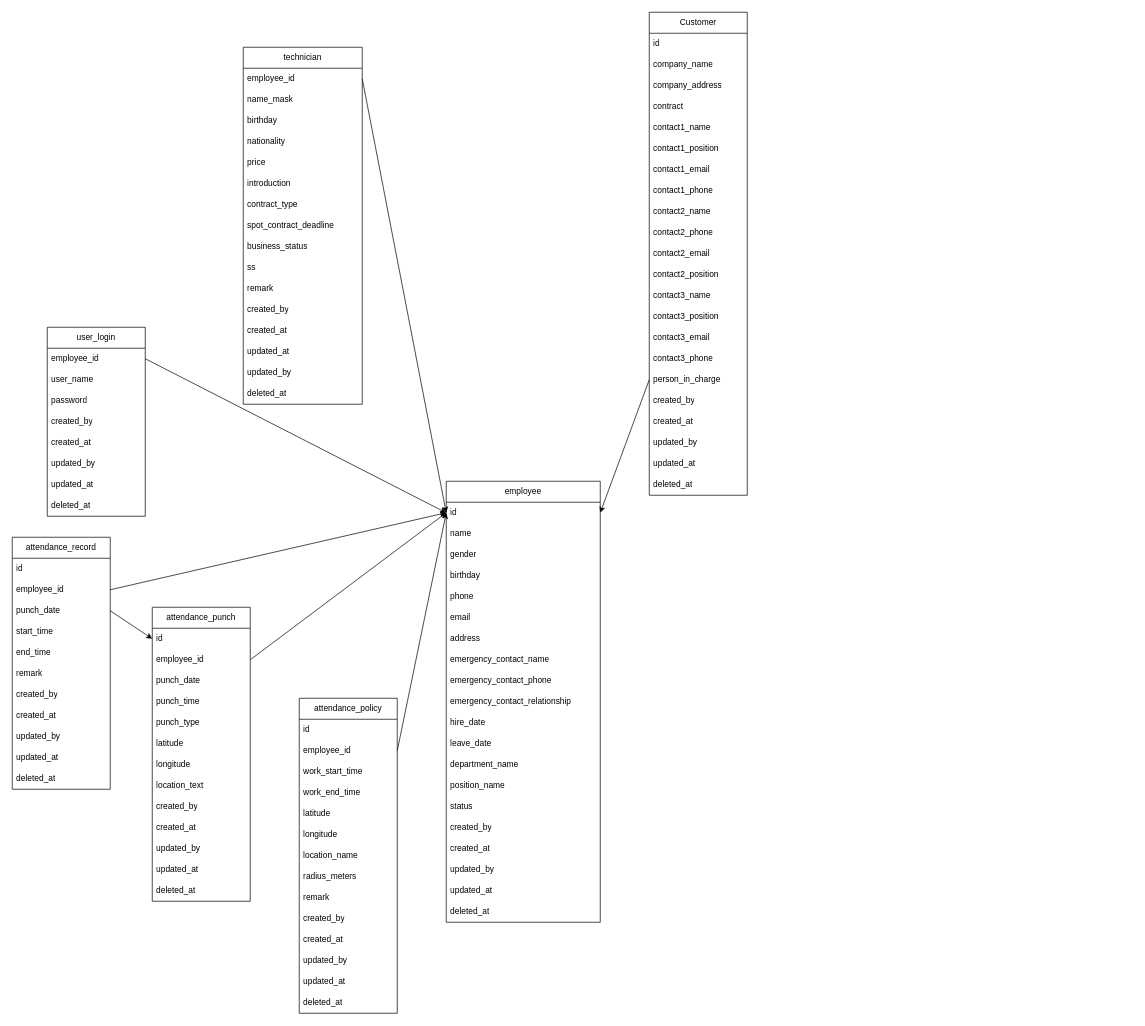
This is ER.drawio from s1991721/MatchSys, a draw.io file, before an edit. Source tidied: cells renumbered, new cells numbered last; positions are measured from the earlier drawing's top-left corner, leaving out a move shared by most shapes. Both pictures are drawn from the tidied source at 70%, with x=0, y=0 at pixel (12, 12).
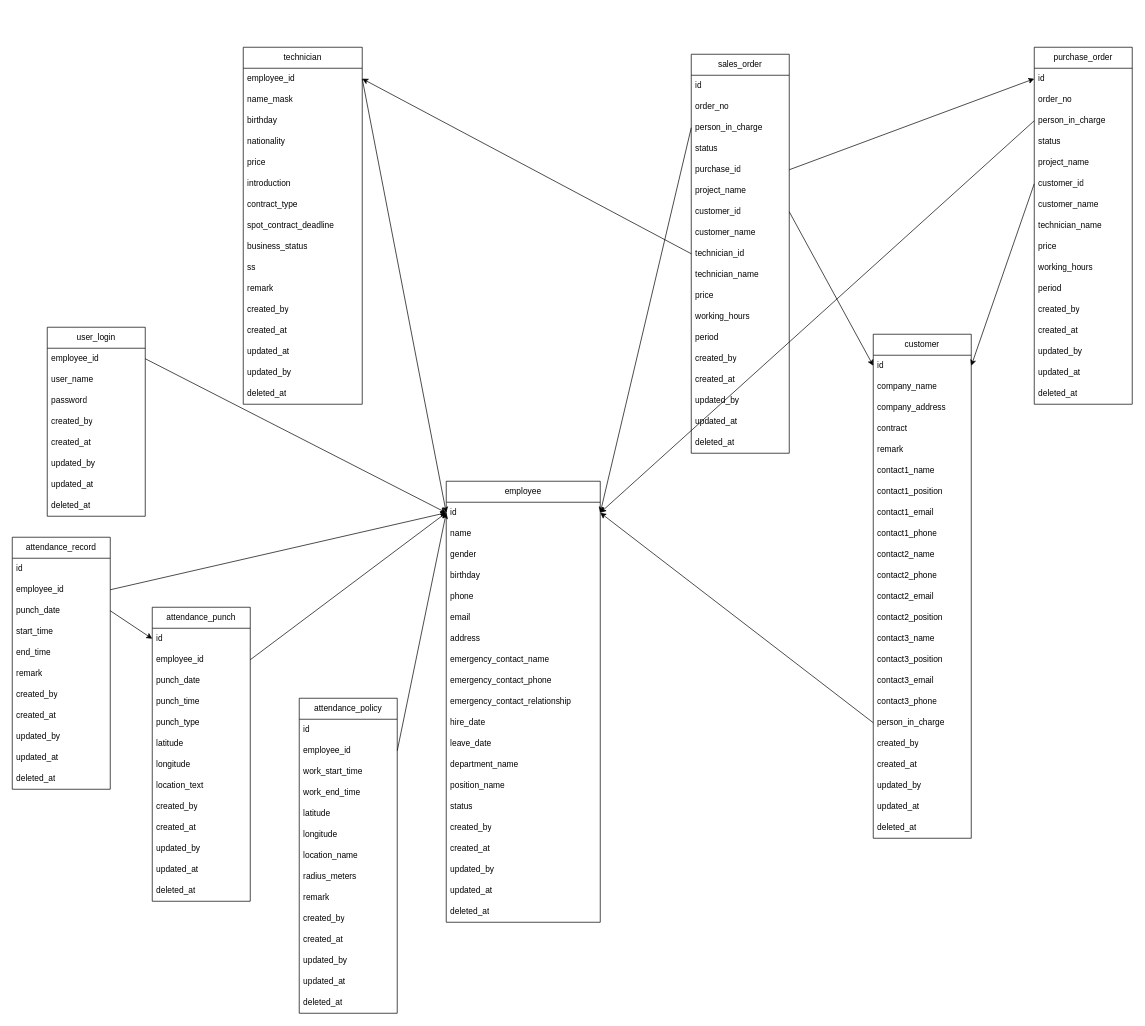
After the change.

Commit message (it also covers changes not shown here):
order 功能init

The change refers to these unchanged cells:
```xml
<mxCell id="12" value="id" style="text;strokeColor=none;fillColor=none;align=left;verticalAlign=middle;spacingLeft=4;spacingRight=4;overflow=hidden;points=[[0,0.5],[1,0.5]];portConstraint=eastwest;whiteSpace=wrap;html=1;" parent="11" vertex="1">
  <mxGeometry y="30" width="220" height="30" as="geometry" />
</mxCell>
<mxCell id="33" value="&lt;span style=&quot;text-align: center;&quot;&gt;employee_&lt;/span&gt;id" style="text;strokeColor=none;fillColor=none;align=left;verticalAlign=middle;spacingLeft=4;spacingRight=4;overflow=hidden;points=[[0,0.5],[1,0.5]];portConstraint=eastwest;whiteSpace=wrap;html=1;" parent="32" vertex="1">
  <mxGeometry y="30" width="170" height="30" as="geometry" />
</mxCell>
<mxCell id="97" value="id" style="text;strokeColor=none;fillColor=none;align=left;verticalAlign=middle;spacingLeft=4;spacingRight=4;overflow=hidden;points=[[0,0.5],[1,0.5]];portConstraint=eastwest;whiteSpace=wrap;html=1;" parent="96" vertex="1">
  <mxGeometry y="30" width="140" height="30" as="geometry" />
</mxCell>
```

Diff of the diagram source:
```diff
@@
-    <mxCell id="96" value="Customer" style="swimlane;fontStyle=0;horizontal=1;startSize=30;whiteSpace=wrap;html=1;" parent="1" vertex="1">
-      <mxGeometry x="910" width="140" height="690" as="geometry" />
+    <mxCell id="96" value="customer" style="swimlane;fontStyle=0;horizontal=1;startSize=30;whiteSpace=wrap;html=1;" parent="1" vertex="1">
+      <mxGeometry x="1230" y="460" width="140" height="720" as="geometry" />
     </mxCell>
@@
+    <mxCell id="120" value="remark" style="text;strokeColor=none;fillColor=none;align=left;verticalAlign=middle;spacingLeft=4;spacingRight=4;overflow=hidden;whiteSpace=wrap;html=1;" parent="96" vertex="1">
+      <mxGeometry y="150" width="140" height="30" as="geometry" />
+    </mxCell>
     <mxCell id="101" value="contact1_name" style="text;strokeColor=none;fillColor=none;align=left;verticalAlign=middle;spacingLeft=4;spacingRight=4;overflow=hidden;whiteSpace=wrap;html=1;" parent="96" vertex="1">
-      <mxGeometry y="150" width="140" height="30" as="geometry" />
+      <mxGeometry y="180" width="140" height="30" as="geometry" />
     </mxCell>
     <mxCell id="102" value="contact1_position" style="text;strokeColor=none;fillColor=none;align=left;verticalAlign=middle;spacingLeft=4;spacingRight=4;overflow=hidden;whiteSpace=wrap;html=1;" parent="96" vertex="1">
-      <mxGeometry y="180" width="140" height="30" as="geometry" />
+      <mxGeometry y="210" width="140" height="30" as="geometry" />
     </mxCell>
     <mxCell id="103" value="contact1_email" style="text;strokeColor=none;fillColor=none;align=left;verticalAlign=middle;spacingLeft=4;spacingRight=4;overflow=hidden;whiteSpace=wrap;html=1;" parent="96" vertex="1">
-      <mxGeometry y="210" width="140" height="30" as="geometry" />
+      <mxGeometry y="240" width="140" height="30" as="geometry" />
     </mxCell>
     <mxCell id="104" value="contact1_phone" style="text;strokeColor=none;fillColor=none;align=left;verticalAlign=middle;spacingLeft=4;spacingRight=4;overflow=hidden;whiteSpace=wrap;html=1;" parent="96" vertex="1">
-      <mxGeometry y="240" width="140" height="30" as="geometry" />
+      <mxGeometry y="270" width="140" height="30" as="geometry" />
     </mxCell>
     <mxCell id="105" value="contact2_name" style="text;strokeColor=none;fillColor=none;align=left;verticalAlign=middle;spacingLeft=4;spacingRight=4;overflow=hidden;whiteSpace=wrap;html=1;" parent="96" vertex="1">
-      <mxGeometry y="270" width="140" height="30" as="geometry" />
+      <mxGeometry y="300" width="140" height="30" as="geometry" />
     </mxCell>
     <mxCell id="106" value="contact2_phone" style="text;strokeColor=none;fillColor=none;align=left;verticalAlign=middle;spacingLeft=4;spacingRight=4;overflow=hidden;whiteSpace=wrap;html=1;" parent="96" vertex="1">
-      <mxGeometry y="300" width="140" height="30" as="geometry" />
+      <mxGeometry y="330" width="140" height="30" as="geometry" />
     </mxCell>
     <mxCell id="107" value="contact2_email" style="text;strokeColor=none;fillColor=none;align=left;verticalAlign=middle;spacingLeft=4;spacingRight=4;overflow=hidden;whiteSpace=wrap;html=1;" parent="96" vertex="1">
-      <mxGeometry y="330" width="140" height="30" as="geometry" />
+      <mxGeometry y="360" width="140" height="30" as="geometry" />
     </mxCell>
     <mxCell id="108" value="contact2_position" style="text;strokeColor=none;fillColor=none;align=left;verticalAlign=middle;spacingLeft=4;spacingRight=4;overflow=hidden;whiteSpace=wrap;html=1;" parent="96" vertex="1">
-      <mxGeometry y="360" width="140" height="30" as="geometry" />
+      <mxGeometry y="390" width="140" height="30" as="geometry" />
     </mxCell>
     <mxCell id="109" value="contact3_name" style="text;strokeColor=none;fillColor=none;align=left;verticalAlign=middle;spacingLeft=4;spacingRight=4;overflow=hidden;whiteSpace=wrap;html=1;" parent="96" vertex="1">
-      <mxGeometry y="390" width="140" height="30" as="geometry" />
+      <mxGeometry y="420" width="140" height="30" as="geometry" />
     </mxCell>
     <mxCell id="110" value="contact3_position" style="text;strokeColor=none;fillColor=none;align=left;verticalAlign=middle;spacingLeft=4;spacingRight=4;overflow=hidden;whiteSpace=wrap;html=1;" parent="96" vertex="1">
-      <mxGeometry y="420" width="140" height="30" as="geometry" />
+      <mxGeometry y="450" width="140" height="30" as="geometry" />
     </mxCell>
     <mxCell id="111" value="contact3_email" style="text;strokeColor=none;fillColor=none;align=left;verticalAlign=middle;spacingLeft=4;spacingRight=4;overflow=hidden;whiteSpace=wrap;html=1;" parent="96" vertex="1">
-      <mxGeometry y="450" width="140" height="30" as="geometry" />
+      <mxGeometry y="480" width="140" height="30" as="geometry" />
     </mxCell>
     <mxCell id="112" value="contact3_phone" style="text;strokeColor=none;fillColor=none;align=left;verticalAlign=middle;spacingLeft=4;spacingRight=4;overflow=hidden;whiteSpace=wrap;html=1;" parent="96" vertex="1">
-      <mxGeometry y="480" width="140" height="30" as="geometry" />
+      <mxGeometry y="510" width="140" height="30" as="geometry" />
     </mxCell>
     <mxCell id="113" value="person_in_charge&amp;nbsp;" style="text;strokeColor=none;fillColor=none;align=left;verticalAlign=middle;spacingLeft=4;spacingRight=4;overflow=hidden;points=[[0,0.5],[1,0.5]];portConstraint=eastwest;whiteSpace=wrap;html=1;" parent="96" vertex="1">
-      <mxGeometry y="510" width="140" height="30" as="geometry" />
+      <mxGeometry y="540" width="140" height="30" as="geometry" />
     </mxCell>
     <mxCell id="114" value="created_by" style="text;strokeColor=none;fillColor=none;align=left;verticalAlign=middle;spacingLeft=4;spacingRight=4;overflow=hidden;whiteSpace=wrap;html=1;" parent="96" vertex="1">
-      <mxGeometry y="540" width="140" height="30" as="geometry" />
+      <mxGeometry y="570" width="140" height="30" as="geometry" />
     </mxCell>
     <mxCell id="115" value="created_at" style="text;strokeColor=none;fillColor=none;align=left;verticalAlign=middle;spacingLeft=4;spacingRight=4;overflow=hidden;whiteSpace=wrap;html=1;" parent="96" vertex="1">
-      <mxGeometry y="570" width="140" height="30" as="geometry" />
+      <mxGeometry y="600" width="140" height="30" as="geometry" />
     </mxCell>
     <mxCell id="116" value="updated_by" style="text;strokeColor=none;fillColor=none;align=left;verticalAlign=middle;spacingLeft=4;spacingRight=4;overflow=hidden;whiteSpace=wrap;html=1;" parent="96" vertex="1">
-      <mxGeometry y="600" width="140" height="30" as="geometry" />
+      <mxGeometry y="630" width="140" height="30" as="geometry" />
     </mxCell>
     <mxCell id="117" value="updated_at" style="text;strokeColor=none;fillColor=none;align=left;verticalAlign=middle;spacingLeft=4;spacingRight=4;overflow=hidden;whiteSpace=wrap;html=1;" parent="96" vertex="1">
-      <mxGeometry y="630" width="140" height="30" as="geometry" />
+      <mxGeometry y="660" width="140" height="30" as="geometry" />
     </mxCell>
     <mxCell id="118" value="deleted_at" style="text;strokeColor=none;fillColor=none;align=left;verticalAlign=middle;spacingLeft=4;spacingRight=4;overflow=hidden;whiteSpace=wrap;html=1;" parent="96" vertex="1">
-      <mxGeometry y="660" width="140" height="30" as="geometry" />
+      <mxGeometry y="690" width="140" height="30" as="geometry" />
     </mxCell>
@@
+    <mxCell id="121" value="purchase_order" style="swimlane;fontStyle=0;horizontal=1;startSize=30;whiteSpace=wrap;html=1;" parent="1" vertex="1">
+      <mxGeometry x="1460" y="50" width="140" height="510" as="geometry" />
+    </mxCell>
+    <mxCell id="122" value="id" style="text;strokeColor=none;fillColor=none;align=left;verticalAlign=middle;spacingLeft=4;spacingRight=4;overflow=hidden;points=[[0,0.5],[1,0.5]];portConstraint=eastwest;whiteSpace=wrap;html=1;" parent="121" vertex="1">
+      <mxGeometry y="30" width="140" height="30" as="geometry" />
+    </mxCell>
+    <mxCell id="123" value="order_no" style="text;strokeColor=none;fillColor=none;align=left;verticalAlign=middle;spacingLeft=4;spacingRight=4;overflow=hidden;whiteSpace=wrap;html=1;" parent="121" vertex="1">
+      <mxGeometry y="60" width="140" height="30" as="geometry" />
+    </mxCell>
+    <mxCell id="124" value="person_in_charge&amp;nbsp;" style="text;strokeColor=none;fillColor=none;align=left;verticalAlign=middle;spacingLeft=4;spacingRight=4;overflow=hidden;points=[[0,0.5],[1,0.5]];portConstraint=eastwest;whiteSpace=wrap;html=1;" parent="121" vertex="1">
+      <mxGeometry y="90" width="140" height="30" as="geometry" />
+    </mxCell>
+    <mxCell id="125" value="status" style="text;strokeColor=none;fillColor=none;align=left;verticalAlign=middle;spacingLeft=4;spacingRight=4;overflow=hidden;whiteSpace=wrap;html=1;" parent="121" vertex="1">
+      <mxGeometry y="120" width="140" height="30" as="geometry" />
+    </mxCell>
+    <mxCell id="126" value="project_name" style="text;strokeColor=none;fillColor=none;align=left;verticalAlign=middle;spacingLeft=4;spacingRight=4;overflow=hidden;whiteSpace=wrap;html=1;" parent="121" vertex="1">
+      <mxGeometry y="150" width="140" height="30" as="geometry" />
+    </mxCell>
+    <mxCell id="127" value="customer_id" style="text;strokeColor=none;fillColor=none;align=left;verticalAlign=middle;spacingLeft=4;spacingRight=4;overflow=hidden;points=[[0,0.5],[1,0.5]];portConstraint=eastwest;whiteSpace=wrap;html=1;" parent="121" vertex="1">
+      <mxGeometry y="180" width="140" height="30" as="geometry" />
+    </mxCell>
+    <mxCell id="128" value="customer_name" style="text;strokeColor=none;fillColor=none;align=left;verticalAlign=middle;spacingLeft=4;spacingRight=4;overflow=hidden;whiteSpace=wrap;html=1;" parent="121" vertex="1">
+      <mxGeometry y="210" width="140" height="30" as="geometry" />
+    </mxCell>
+    <mxCell id="129" value="&lt;span style=&quot;text-align: center;&quot;&gt;technician_name&lt;/span&gt;" style="text;strokeColor=none;fillColor=none;align=left;verticalAlign=middle;spacingLeft=4;spacingRight=4;overflow=hidden;whiteSpace=wrap;html=1;" parent="121" vertex="1">
+      <mxGeometry y="240" width="140" height="30" as="geometry" />
+    </mxCell>
+    <mxCell id="130" value="price" style="text;strokeColor=none;fillColor=none;align=left;verticalAlign=middle;spacingLeft=4;spacingRight=4;overflow=hidden;whiteSpace=wrap;html=1;" parent="121" vertex="1">
+      <mxGeometry y="270" width="140" height="30" as="geometry" />
+    </mxCell>
+    <mxCell id="131" value="working_hours" style="text;strokeColor=none;fillColor=none;align=left;verticalAlign=middle;spacingLeft=4;spacingRight=4;overflow=hidden;whiteSpace=wrap;html=1;" parent="121" vertex="1">
+      <mxGeometry y="300" width="140" height="30" as="geometry" />
+    </mxCell>
+    <mxCell id="132" value="period" style="text;strokeColor=none;fillColor=none;align=left;verticalAlign=middle;spacingLeft=4;spacingRight=4;overflow=hidden;whiteSpace=wrap;html=1;" parent="121" vertex="1">
+      <mxGeometry y="330" width="140" height="30" as="geometry" />
+    </mxCell>
+    <mxCell id="133" value="created_by" style="text;strokeColor=none;fillColor=none;align=left;verticalAlign=middle;spacingLeft=4;spacingRight=4;overflow=hidden;whiteSpace=wrap;html=1;" parent="121" vertex="1">
+      <mxGeometry y="360" width="140" height="30" as="geometry" />
+    </mxCell>
+    <mxCell id="134" value="created_at" style="text;strokeColor=none;fillColor=none;align=left;verticalAlign=middle;spacingLeft=4;spacingRight=4;overflow=hidden;whiteSpace=wrap;html=1;" parent="121" vertex="1">
+      <mxGeometry y="390" width="140" height="30" as="geometry" />
+    </mxCell>
+    <mxCell id="135" value="updated_by" style="text;strokeColor=none;fillColor=none;align=left;verticalAlign=middle;spacingLeft=4;spacingRight=4;overflow=hidden;whiteSpace=wrap;html=1;" parent="121" vertex="1">
+      <mxGeometry y="420" width="140" height="30" as="geometry" />
+    </mxCell>
+    <mxCell id="136" value="updated_at" style="text;strokeColor=none;fillColor=none;align=left;verticalAlign=middle;spacingLeft=4;spacingRight=4;overflow=hidden;whiteSpace=wrap;html=1;" parent="121" vertex="1">
+      <mxGeometry y="450" width="140" height="30" as="geometry" />
+    </mxCell>
+    <mxCell id="137" value="deleted_at" style="text;strokeColor=none;fillColor=none;align=left;verticalAlign=middle;spacingLeft=4;spacingRight=4;overflow=hidden;whiteSpace=wrap;html=1;" parent="121" vertex="1">
+      <mxGeometry y="480" width="140" height="30" as="geometry" />
+    </mxCell>
+    <mxCell id="138" value="sales_order" style="swimlane;fontStyle=0;horizontal=1;startSize=30;whiteSpace=wrap;html=1;" parent="1" vertex="1">
+      <mxGeometry x="970" y="60" width="140" height="570" as="geometry" />
+    </mxCell>
+    <mxCell id="139" value="id" style="text;strokeColor=none;fillColor=none;align=left;verticalAlign=middle;spacingLeft=4;spacingRight=4;overflow=hidden;whiteSpace=wrap;html=1;" parent="138" vertex="1">
+      <mxGeometry y="30" width="140" height="30" as="geometry" />
+    </mxCell>
+    <mxCell id="140" value="order_no" style="text;strokeColor=none;fillColor=none;align=left;verticalAlign=middle;spacingLeft=4;spacingRight=4;overflow=hidden;whiteSpace=wrap;html=1;" parent="138" vertex="1">
+      <mxGeometry y="60" width="140" height="30" as="geometry" />
+    </mxCell>
+    <mxCell id="141" value="person_in_charge&amp;nbsp;" style="text;strokeColor=none;fillColor=none;align=left;verticalAlign=middle;spacingLeft=4;spacingRight=4;overflow=hidden;points=[[0,0.5],[1,0.5]];portConstraint=eastwest;whiteSpace=wrap;html=1;" parent="138" vertex="1">
+      <mxGeometry y="90" width="140" height="30" as="geometry" />
+    </mxCell>
+    <mxCell id="142" value="status" style="text;strokeColor=none;fillColor=none;align=left;verticalAlign=middle;spacingLeft=4;spacingRight=4;overflow=hidden;whiteSpace=wrap;html=1;" parent="138" vertex="1">
+      <mxGeometry y="120" width="140" height="30" as="geometry" />
+    </mxCell>
+    <mxCell id="143" value="purchase_id" style="text;strokeColor=none;fillColor=none;align=left;verticalAlign=middle;spacingLeft=4;spacingRight=4;overflow=hidden;points=[[0,0.5],[1,0.5]];portConstraint=eastwest;whiteSpace=wrap;html=1;" parent="138" vertex="1">
+      <mxGeometry y="150" width="140" height="30" as="geometry" />
+    </mxCell>
+    <mxCell id="144" value="project_name" style="text;strokeColor=none;fillColor=none;align=left;verticalAlign=middle;spacingLeft=4;spacingRight=4;overflow=hidden;whiteSpace=wrap;html=1;" parent="138" vertex="1">
+      <mxGeometry y="180" width="140" height="30" as="geometry" />
+    </mxCell>
+    <mxCell id="145" value="customer_id" style="text;strokeColor=none;fillColor=none;align=left;verticalAlign=middle;spacingLeft=4;spacingRight=4;overflow=hidden;points=[[0,0.5],[1,0.5]];portConstraint=eastwest;whiteSpace=wrap;html=1;" parent="138" vertex="1">
+      <mxGeometry y="210" width="140" height="30" as="geometry" />
+    </mxCell>
+    <mxCell id="146" value="customer_name" style="text;strokeColor=none;fillColor=none;align=left;verticalAlign=middle;spacingLeft=4;spacingRight=4;overflow=hidden;whiteSpace=wrap;html=1;" parent="138" vertex="1">
+      <mxGeometry y="240" width="140" height="30" as="geometry" />
+    </mxCell>
+    <mxCell id="147" value="&lt;span style=&quot;text-align: center;&quot;&gt;technician_id&lt;/span&gt;" style="text;strokeColor=none;fillColor=none;align=left;verticalAlign=middle;spacingLeft=4;spacingRight=4;overflow=hidden;points=[[0,0.5],[1,0.5]];portConstraint=eastwest;whiteSpace=wrap;html=1;" parent="138" vertex="1">
+      <mxGeometry y="270" width="140" height="30" as="geometry" />
+    </mxCell>
+    <mxCell id="148" value="&lt;span style=&quot;text-align: center;&quot;&gt;technician_name&lt;/span&gt;" style="text;strokeColor=none;fillColor=none;align=left;verticalAlign=middle;spacingLeft=4;spacingRight=4;overflow=hidden;whiteSpace=wrap;html=1;" parent="138" vertex="1">
+      <mxGeometry y="300" width="140" height="30" as="geometry" />
+    </mxCell>
+    <mxCell id="149" value="price" style="text;strokeColor=none;fillColor=none;align=left;verticalAlign=middle;spacingLeft=4;spacingRight=4;overflow=hidden;whiteSpace=wrap;html=1;" parent="138" vertex="1">
+      <mxGeometry y="330" width="140" height="30" as="geometry" />
+    </mxCell>
+    <mxCell id="150" value="working_hours" style="text;strokeColor=none;fillColor=none;align=left;verticalAlign=middle;spacingLeft=4;spacingRight=4;overflow=hidden;whiteSpace=wrap;html=1;" parent="138" vertex="1">
+      <mxGeometry y="360" width="140" height="30" as="geometry" />
+    </mxCell>
+    <mxCell id="151" value="period" style="text;strokeColor=none;fillColor=none;align=left;verticalAlign=middle;spacingLeft=4;spacingRight=4;overflow=hidden;whiteSpace=wrap;html=1;" parent="138" vertex="1">
+      <mxGeometry y="390" width="140" height="30" as="geometry" />
+    </mxCell>
+    <mxCell id="152" value="created_by" style="text;strokeColor=none;fillColor=none;align=left;verticalAlign=middle;spacingLeft=4;spacingRight=4;overflow=hidden;whiteSpace=wrap;html=1;" parent="138" vertex="1">
+      <mxGeometry y="420" width="140" height="30" as="geometry" />
+    </mxCell>
+    <mxCell id="153" value="created_at" style="text;strokeColor=none;fillColor=none;align=left;verticalAlign=middle;spacingLeft=4;spacingRight=4;overflow=hidden;whiteSpace=wrap;html=1;" parent="138" vertex="1">
+      <mxGeometry y="450" width="140" height="30" as="geometry" />
+    </mxCell>
+    <mxCell id="154" value="updated_by" style="text;strokeColor=none;fillColor=none;align=left;verticalAlign=middle;spacingLeft=4;spacingRight=4;overflow=hidden;whiteSpace=wrap;html=1;" parent="138" vertex="1">
+      <mxGeometry y="480" width="140" height="30" as="geometry" />
+    </mxCell>
+    <mxCell id="155" value="updated_at" style="text;strokeColor=none;fillColor=none;align=left;verticalAlign=middle;spacingLeft=4;spacingRight=4;overflow=hidden;whiteSpace=wrap;html=1;" parent="138" vertex="1">
+      <mxGeometry y="510" width="140" height="30" as="geometry" />
+    </mxCell>
+    <mxCell id="156" value="deleted_at" style="text;strokeColor=none;fillColor=none;align=left;verticalAlign=middle;spacingLeft=4;spacingRight=4;overflow=hidden;whiteSpace=wrap;html=1;" parent="138" vertex="1">
+      <mxGeometry y="540" width="140" height="30" as="geometry" />
+    </mxCell>
+    <mxCell id="157" style="rounded=0;jettySize=auto;html=1;exitX=0;exitY=0.5;exitDx=0;exitDy=0;entryX=1;entryY=0.5;entryDx=0;entryDy=0;" parent="1" edge="1" source="141" target="12">
+      <mxGeometry relative="1" as="geometry" />
+    </mxCell>
+    <mxCell id="158" style="rounded=0;jettySize=auto;html=1;exitX=1;exitY=0.5;exitDx=0;exitDy=0;entryX=0;entryY=0.5;entryDx=0;entryDy=0;" parent="1" edge="1" source="143" target="122">
+      <mxGeometry relative="1" as="geometry" />
+    </mxCell>
+    <mxCell id="159" style="rounded=0;jettySize=auto;html=1;exitX=0;exitY=0.5;exitDx=0;exitDy=0;entryX=1;entryY=0.5;entryDx=0;entryDy=0;" parent="1" edge="1" source="127" target="97">
+      <mxGeometry relative="1" as="geometry" />
+    </mxCell>
+    <mxCell id="160" style="rounded=0;jettySize=auto;html=1;exitX=0;exitY=0.5;exitDx=0;exitDy=0;entryX=1;entryY=0.5;entryDx=0;entryDy=0;" parent="1" edge="1" source="147" target="33">
+      <mxGeometry relative="1" as="geometry" />
+    </mxCell>
+    <mxCell id="161" style="rounded=0;jettySize=auto;html=1;exitX=1;exitY=0.5;exitDx=0;exitDy=0;entryX=0;entryY=0.5;entryDx=0;entryDy=0;" parent="1" edge="1" source="145" target="97">
+      <mxGeometry relative="1" as="geometry" />
+    </mxCell>
+    <mxCell id="162" style="rounded=0;jettySize=auto;html=1;exitX=0;exitY=0.5;exitDx=0;exitDy=0;entryX=1;entryY=0.5;entryDx=0;entryDy=0;" parent="1" edge="1" source="124" target="12">
+      <mxGeometry relative="1" as="geometry" />
+    </mxCell>
```
